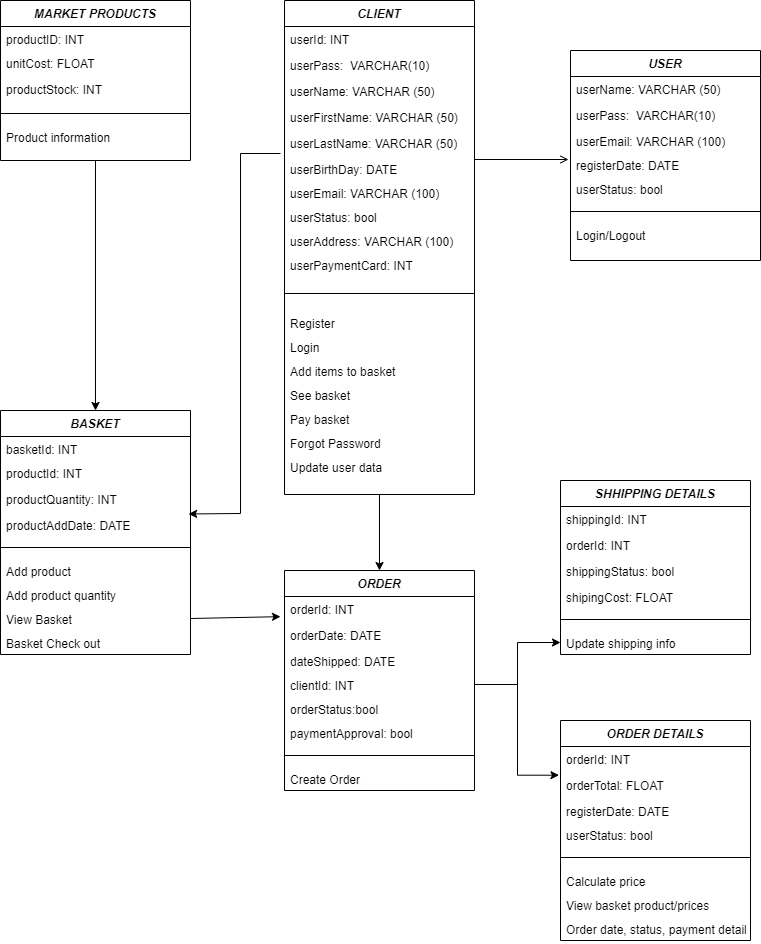
Above: Graphics/ClassDiagram.png in lcaro425/Python_Supermark (draw.io), before the change. Source tidied: cells renumbered, new cells last; positions are measured from the earlier drawing's top-left corner, leaving out a move shared by most shapes. Its diagram source:
```xml
<mxGraphModel>
  <root>
    <mxCell id="0" />
    <mxCell id="1" parent="0" />
    <mxCell id="2" style="edgeStyle=orthogonalEdgeStyle;rounded=0;jettySize=auto;html=1;entryX=0.5;entryY=0;entryDx=0;entryDy=0;" parent="1" edge="1" source="3" target="42">
      <mxGeometry relative="1" as="geometry" />
    </mxCell>
    <mxCell id="3" value="CLIENT" style="swimlane;fontStyle=3;align=center;verticalAlign=top;horizontal=1;startSize=26;rounded=0;shadow=0;strokeWidth=1;" parent="1" vertex="1">
      <mxGeometry x="284" width="190" height="494" as="geometry" />
    </mxCell>
    <mxCell id="4" value="userId: INT" style="text;align=left;verticalAlign=top;spacingLeft=4;spacingRight=4;overflow=hidden;" parent="3" vertex="1">
      <mxGeometry y="26" width="190" height="26" as="geometry" />
    </mxCell>
    <mxCell id="5" value="userPass:  VARCHAR(10)" style="text;align=left;verticalAlign=top;spacingLeft=4;spacingRight=4;overflow=hidden;rounded=0;shadow=0;html=0;" parent="3" vertex="1">
      <mxGeometry y="52" width="190" height="26" as="geometry" />
    </mxCell>
    <mxCell id="6" value="userName: VARCHAR (50)" style="text;align=left;verticalAlign=top;spacingLeft=4;spacingRight=4;overflow=hidden;rounded=0;shadow=0;html=0;" parent="3" vertex="1">
      <mxGeometry y="78" width="190" height="26" as="geometry" />
    </mxCell>
    <mxCell id="7" value="userFirstName: VARCHAR (50)" style="text;align=left;verticalAlign=top;spacingLeft=4;spacingRight=4;overflow=hidden;rounded=0;shadow=0;html=0;" parent="3" vertex="1">
      <mxGeometry y="104" width="190" height="26" as="geometry" />
    </mxCell>
    <mxCell id="8" value="userLastName: VARCHAR (50)" style="text;align=left;verticalAlign=top;spacingLeft=4;spacingRight=4;overflow=hidden;rounded=0;shadow=0;html=0;" parent="3" vertex="1">
      <mxGeometry y="130" width="190" height="26" as="geometry" />
    </mxCell>
    <mxCell id="9" value="userBirthDay: DATE" style="text;align=left;verticalAlign=top;spacingLeft=4;spacingRight=4;overflow=hidden;rounded=0;shadow=0;html=0;" parent="3" vertex="1">
      <mxGeometry y="156" width="190" height="24" as="geometry" />
    </mxCell>
    <mxCell id="10" value="userEmail: VARCHAR (100)" style="text;align=left;verticalAlign=top;spacingLeft=4;spacingRight=4;overflow=hidden;rounded=0;shadow=0;html=0;" parent="3" vertex="1">
      <mxGeometry y="180" width="190" height="24" as="geometry" />
    </mxCell>
    <mxCell id="11" value="userStatus: bool" style="text;align=left;verticalAlign=top;spacingLeft=4;spacingRight=4;overflow=hidden;rounded=0;shadow=0;html=0;" parent="3" vertex="1">
      <mxGeometry y="204" width="190" height="24" as="geometry" />
    </mxCell>
    <mxCell id="12" value="userAddress: VARCHAR (100)" style="text;align=left;verticalAlign=top;spacingLeft=4;spacingRight=4;overflow=hidden;rounded=0;shadow=0;html=0;" parent="3" vertex="1">
      <mxGeometry y="228" width="190" height="24" as="geometry" />
    </mxCell>
    <mxCell id="13" value="userPaymentCard: INT" style="text;align=left;verticalAlign=top;spacingLeft=4;spacingRight=4;overflow=hidden;rounded=0;shadow=0;html=0;" parent="3" vertex="1">
      <mxGeometry y="252" width="190" height="24" as="geometry" />
    </mxCell>
    <mxCell id="14" style="line;html=1;strokeWidth=1;align=left;verticalAlign=middle;spacingTop=-1;spacingLeft=3;spacingRight=3;labelPosition=right;" parent="3" vertex="1">
      <mxGeometry y="276" width="190" height="34" as="geometry" />
    </mxCell>
    <mxCell id="15" value="Register" style="text;align=left;verticalAlign=top;spacingLeft=4;spacingRight=4;overflow=hidden;rounded=0;shadow=0;html=0;" parent="3" vertex="1">
      <mxGeometry y="310" width="190" height="24" as="geometry" />
    </mxCell>
    <mxCell id="16" value="Login" style="text;align=left;verticalAlign=top;spacingLeft=4;spacingRight=4;overflow=hidden;rounded=0;shadow=0;html=0;" parent="3" vertex="1">
      <mxGeometry y="334" width="190" height="24" as="geometry" />
    </mxCell>
    <mxCell id="17" value="Add items to basket" style="text;align=left;verticalAlign=top;spacingLeft=4;spacingRight=4;overflow=hidden;rounded=0;shadow=0;html=0;" parent="3" vertex="1">
      <mxGeometry y="358" width="190" height="24" as="geometry" />
    </mxCell>
    <mxCell id="18" value="See basket" style="text;align=left;verticalAlign=top;spacingLeft=4;spacingRight=4;overflow=hidden;rounded=0;shadow=0;html=0;" parent="3" vertex="1">
      <mxGeometry y="382" width="190" height="24" as="geometry" />
    </mxCell>
    <mxCell id="19" value="Pay basket" style="text;align=left;verticalAlign=top;spacingLeft=4;spacingRight=4;overflow=hidden;rounded=0;shadow=0;html=0;" parent="3" vertex="1">
      <mxGeometry y="406" width="190" height="24" as="geometry" />
    </mxCell>
    <mxCell id="20" value="Forgot Password" style="text;align=left;verticalAlign=top;spacingLeft=4;spacingRight=4;overflow=hidden;rounded=0;shadow=0;html=0;" parent="3" vertex="1">
      <mxGeometry y="430" width="190" height="24" as="geometry" />
    </mxCell>
    <mxCell id="21" value="Update user data" style="text;align=left;verticalAlign=top;spacingLeft=4;spacingRight=4;overflow=hidden;rounded=0;shadow=0;html=0;" parent="3" vertex="1">
      <mxGeometry y="454" width="190" height="24" as="geometry" />
    </mxCell>
    <mxCell id="22" style="endArrow=open;shadow=0;strokeWidth=1;rounded=0;endFill=1;edgeStyle=elbowEdgeStyle;elbow=vertical;" parent="1" edge="1" source="3">
      <mxGeometry x="0.5" y="41" relative="1" as="geometry">
        <mxPoint x="568" y="159.4" as="targetPoint" />
        <mxPoint x="-40" y="32" as="offset" />
      </mxGeometry>
    </mxCell>
    <mxCell id="23" value="USER" style="swimlane;fontStyle=3;align=center;verticalAlign=top;horizontal=1;startSize=26;rounded=0;shadow=0;strokeWidth=1;" parent="1" vertex="1">
      <mxGeometry x="570" y="50" width="190" height="210" as="geometry" />
    </mxCell>
    <mxCell id="24" value="userName: VARCHAR (50)" style="text;align=left;verticalAlign=top;spacingLeft=4;spacingRight=4;overflow=hidden;rounded=0;shadow=0;html=0;" parent="23" vertex="1">
      <mxGeometry y="26" width="190" height="26" as="geometry" />
    </mxCell>
    <mxCell id="25" value="userPass:  VARCHAR(10)" style="text;align=left;verticalAlign=top;spacingLeft=4;spacingRight=4;overflow=hidden;rounded=0;shadow=0;html=0;" parent="23" vertex="1">
      <mxGeometry y="52" width="190" height="26" as="geometry" />
    </mxCell>
    <mxCell id="26" value="userEmail: VARCHAR (100)" style="text;align=left;verticalAlign=top;spacingLeft=4;spacingRight=4;overflow=hidden;rounded=0;shadow=0;html=0;" parent="23" vertex="1">
      <mxGeometry y="78" width="190" height="24" as="geometry" />
    </mxCell>
    <mxCell id="27" value="registerDate: DATE" style="text;align=left;verticalAlign=top;spacingLeft=4;spacingRight=4;overflow=hidden;rounded=0;shadow=0;html=0;" parent="23" vertex="1">
      <mxGeometry y="102" width="190" height="24" as="geometry" />
    </mxCell>
    <mxCell id="28" value="userStatus: bool" style="text;align=left;verticalAlign=top;spacingLeft=4;spacingRight=4;overflow=hidden;rounded=0;shadow=0;html=0;" parent="23" vertex="1">
      <mxGeometry y="126" width="190" height="24" as="geometry" />
    </mxCell>
    <mxCell id="29" style="line;html=1;strokeWidth=1;align=left;verticalAlign=middle;spacingTop=-1;spacingLeft=3;spacingRight=3;labelPosition=right;" parent="23" vertex="1">
      <mxGeometry y="150" width="190" height="22" as="geometry" />
    </mxCell>
    <mxCell id="30" value="Login/Logout" style="text;align=left;verticalAlign=top;spacingLeft=4;spacingRight=4;overflow=hidden;rounded=0;shadow=0;html=0;" parent="23" vertex="1">
      <mxGeometry y="172" width="190" height="24" as="geometry" />
    </mxCell>
    <mxCell id="31" value="BASKET" style="swimlane;fontStyle=3;align=center;verticalAlign=top;horizontal=1;startSize=26;rounded=0;shadow=0;strokeWidth=1;" parent="1" vertex="1">
      <mxGeometry y="410" width="190" height="244" as="geometry" />
    </mxCell>
    <mxCell id="32" value="basketId: INT" style="text;align=left;verticalAlign=top;spacingLeft=4;spacingRight=4;overflow=hidden;rounded=0;shadow=0;html=0;" parent="31" vertex="1">
      <mxGeometry y="26" width="190" height="24" as="geometry" />
    </mxCell>
    <mxCell id="33" value="productId: INT" style="text;align=left;verticalAlign=top;spacingLeft=4;spacingRight=4;overflow=hidden;rounded=0;shadow=0;html=0;" parent="31" vertex="1">
      <mxGeometry y="50" width="190" height="26" as="geometry" />
    </mxCell>
    <mxCell id="34" value="productQuantity: INT" style="text;align=left;verticalAlign=top;spacingLeft=4;spacingRight=4;overflow=hidden;rounded=0;shadow=0;html=0;" parent="31" vertex="1">
      <mxGeometry y="76" width="190" height="26" as="geometry" />
    </mxCell>
    <mxCell id="35" value="productAddDate: DATE" style="text;align=left;verticalAlign=top;spacingLeft=4;spacingRight=4;overflow=hidden;points=[[0,0.5],[1,0.5]];portConstraint=eastwest;rounded=0;shadow=0;html=0;" parent="31" vertex="1">
      <mxGeometry y="102" width="190" height="24" as="geometry" />
    </mxCell>
    <mxCell id="36" style="line;html=1;strokeWidth=1;align=left;verticalAlign=middle;spacingTop=-1;spacingLeft=3;spacingRight=3;labelPosition=right;" parent="31" vertex="1">
      <mxGeometry y="126" width="190" height="22" as="geometry" />
    </mxCell>
    <mxCell id="37" value="Add product" style="text;align=left;verticalAlign=top;spacingLeft=4;spacingRight=4;overflow=hidden;rounded=0;shadow=0;html=0;" parent="31" vertex="1">
      <mxGeometry y="148" width="190" height="24" as="geometry" />
    </mxCell>
    <mxCell id="38" value="Add product quantity" style="text;align=left;verticalAlign=top;spacingLeft=4;spacingRight=4;overflow=hidden;rounded=0;shadow=0;html=0;" parent="31" vertex="1">
      <mxGeometry y="172" width="190" height="24" as="geometry" />
    </mxCell>
    <mxCell id="39" value="View Basket" style="text;align=left;verticalAlign=top;spacingLeft=4;spacingRight=4;overflow=hidden;points=[[0,0.5],[1,0.5]];portConstraint=eastwest;rounded=0;shadow=0;html=0;" parent="31" vertex="1">
      <mxGeometry y="196" width="190" height="24" as="geometry" />
    </mxCell>
    <mxCell id="40" value="Basket Check out" style="text;align=left;verticalAlign=top;spacingLeft=4;spacingRight=4;overflow=hidden;rounded=0;shadow=0;html=0;" parent="31" vertex="1">
      <mxGeometry y="220" width="190" height="24" as="geometry" />
    </mxCell>
    <mxCell id="41" style="endArrow=classic;html=1;rounded=0;entryX=0.99;entryY=0.061;entryDx=0;entryDy=0;entryPerimeter=0;" parent="1" edge="1" target="35">
      <mxGeometry relative="1" as="geometry">
        <mxPoint x="280" y="153" as="sourcePoint" />
        <Array as="points">
          <mxPoint x="240" y="153" />
          <mxPoint x="240" y="513" />
        </Array>
      </mxGeometry>
    </mxCell>
    <mxCell id="42" value="ORDER" style="swimlane;fontStyle=3;align=center;verticalAlign=top;horizontal=1;startSize=26;rounded=0;shadow=0;strokeWidth=1;" parent="1" vertex="1">
      <mxGeometry x="284" y="570" width="190" height="220" as="geometry" />
    </mxCell>
    <mxCell id="43" value="orderId: INT" style="text;align=left;verticalAlign=top;spacingLeft=4;spacingRight=4;overflow=hidden;rounded=0;shadow=0;html=0;" parent="42" vertex="1">
      <mxGeometry y="26" width="190" height="26" as="geometry" />
    </mxCell>
    <mxCell id="44" value="orderDate: DATE" style="text;align=left;verticalAlign=top;spacingLeft=4;spacingRight=4;overflow=hidden;points=[[0,0.5],[1,0.5]];portConstraint=eastwest;rounded=0;shadow=0;html=0;" parent="42" vertex="1">
      <mxGeometry y="52" width="190" height="26" as="geometry" />
    </mxCell>
    <mxCell id="45" value="dateShipped: DATE" style="text;align=left;verticalAlign=top;spacingLeft=4;spacingRight=4;overflow=hidden;rounded=0;shadow=0;html=0;" parent="42" vertex="1">
      <mxGeometry y="78" width="190" height="24" as="geometry" />
    </mxCell>
    <mxCell id="46" value="clientId: INT" style="text;align=left;verticalAlign=top;spacingLeft=4;spacingRight=4;overflow=hidden;points=[[0,0.5],[1,0.5]];portConstraint=eastwest;rounded=0;shadow=0;html=0;" parent="42" vertex="1">
      <mxGeometry y="102" width="190" height="24" as="geometry" />
    </mxCell>
    <mxCell id="47" value="orderStatus:bool" style="text;align=left;verticalAlign=top;spacingLeft=4;spacingRight=4;overflow=hidden;rounded=0;shadow=0;html=0;" parent="42" vertex="1">
      <mxGeometry y="126" width="190" height="24" as="geometry" />
    </mxCell>
    <mxCell id="48" value="paymentApproval: bool" style="text;align=left;verticalAlign=top;spacingLeft=4;spacingRight=4;overflow=hidden;rounded=0;shadow=0;html=0;" parent="42" vertex="1">
      <mxGeometry y="150" width="190" height="24" as="geometry" />
    </mxCell>
    <mxCell id="49" style="line;html=1;strokeWidth=1;align=left;verticalAlign=middle;spacingTop=-1;spacingLeft=3;spacingRight=3;labelPosition=right;" parent="42" vertex="1">
      <mxGeometry y="174" width="190" height="22" as="geometry" />
    </mxCell>
    <mxCell id="50" value="Create Order" style="text;align=left;verticalAlign=top;spacingLeft=4;spacingRight=4;overflow=hidden;rounded=0;shadow=0;html=0;" parent="42" vertex="1">
      <mxGeometry y="196" width="190" height="24" as="geometry" />
    </mxCell>
    <mxCell id="51" value="SHHIPPING DETAILS" style="swimlane;fontStyle=3;align=center;verticalAlign=top;horizontal=1;startSize=26;rounded=0;shadow=0;strokeWidth=1;" parent="1" vertex="1">
      <mxGeometry x="560" y="480" width="190" height="174" as="geometry" />
    </mxCell>
    <mxCell id="52" value="shippingId: INT" style="text;align=left;verticalAlign=top;spacingLeft=4;spacingRight=4;overflow=hidden;rounded=0;shadow=0;html=0;" parent="51" vertex="1">
      <mxGeometry y="26" width="190" height="26" as="geometry" />
    </mxCell>
    <mxCell id="53" value="orderId: INT" style="text;align=left;verticalAlign=top;spacingLeft=4;spacingRight=4;overflow=hidden;rounded=0;shadow=0;html=0;" parent="51" vertex="1">
      <mxGeometry y="52" width="190" height="26" as="geometry" />
    </mxCell>
    <mxCell id="54" value="shippingStatus: bool" style="text;align=left;verticalAlign=top;spacingLeft=4;spacingRight=4;overflow=hidden;rounded=0;shadow=0;html=0;" parent="51" vertex="1">
      <mxGeometry y="78" width="190" height="26" as="geometry" />
    </mxCell>
    <mxCell id="55" value="shipingCost: FLOAT" style="text;align=left;verticalAlign=top;spacingLeft=4;spacingRight=4;overflow=hidden;rounded=0;shadow=0;html=0;" parent="51" vertex="1">
      <mxGeometry y="104" width="190" height="24" as="geometry" />
    </mxCell>
    <mxCell id="56" style="line;html=1;strokeWidth=1;align=left;verticalAlign=middle;spacingTop=-1;spacingLeft=3;spacingRight=3;labelPosition=right;" parent="51" vertex="1">
      <mxGeometry y="128" width="190" height="22" as="geometry" />
    </mxCell>
    <mxCell id="57" value="Update shipping info" style="text;align=left;verticalAlign=top;spacingLeft=4;spacingRight=4;overflow=hidden;points=[[0,0.5],[1,0.5]];portConstraint=eastwest;rounded=0;shadow=0;html=0;" parent="51" vertex="1">
      <mxGeometry y="150" width="190" height="24" as="geometry" />
    </mxCell>
    <mxCell id="58" value="ORDER DETAILS" style="swimlane;fontStyle=3;align=center;verticalAlign=top;horizontal=1;startSize=26;rounded=0;shadow=0;strokeWidth=1;" parent="1" vertex="1">
      <mxGeometry x="560" y="720" width="190" height="220" as="geometry" />
    </mxCell>
    <mxCell id="59" value="orderId: INT" style="text;align=left;verticalAlign=top;spacingLeft=4;spacingRight=4;overflow=hidden;points=[[0,0.5],[1,0.5]];portConstraint=eastwest;rounded=0;shadow=0;html=0;" parent="58" vertex="1">
      <mxGeometry y="26" width="190" height="26" as="geometry" />
    </mxCell>
    <mxCell id="60" value="orderTotal: FLOAT" style="text;align=left;verticalAlign=top;spacingLeft=4;spacingRight=4;overflow=hidden;rounded=0;shadow=0;html=0;" parent="58" vertex="1">
      <mxGeometry y="52" width="190" height="26" as="geometry" />
    </mxCell>
    <mxCell id="61" value="registerDate: DATE" style="text;align=left;verticalAlign=top;spacingLeft=4;spacingRight=4;overflow=hidden;rounded=0;shadow=0;html=0;" parent="58" vertex="1">
      <mxGeometry y="78" width="190" height="24" as="geometry" />
    </mxCell>
    <mxCell id="62" value="userStatus: bool" style="text;align=left;verticalAlign=top;spacingLeft=4;spacingRight=4;overflow=hidden;rounded=0;shadow=0;html=0;" parent="58" vertex="1">
      <mxGeometry y="102" width="190" height="24" as="geometry" />
    </mxCell>
    <mxCell id="63" style="line;html=1;strokeWidth=1;align=left;verticalAlign=middle;spacingTop=-1;spacingLeft=3;spacingRight=3;labelPosition=right;" parent="58" vertex="1">
      <mxGeometry y="126" width="190" height="22" as="geometry" />
    </mxCell>
    <mxCell id="64" value="Calculate price" style="text;align=left;verticalAlign=top;spacingLeft=4;spacingRight=4;overflow=hidden;rounded=0;shadow=0;html=0;" parent="58" vertex="1">
      <mxGeometry y="148" width="190" height="24" as="geometry" />
    </mxCell>
    <mxCell id="65" value="View basket product/prices" style="text;align=left;verticalAlign=top;spacingLeft=4;spacingRight=4;overflow=hidden;rounded=0;shadow=0;html=0;" parent="58" vertex="1">
      <mxGeometry y="172" width="190" height="24" as="geometry" />
    </mxCell>
    <mxCell id="66" value="Order date, status, payment details" style="text;align=left;verticalAlign=top;spacingLeft=4;spacingRight=4;overflow=hidden;rounded=0;shadow=0;html=0;" parent="58" vertex="1">
      <mxGeometry y="196" width="190" height="24" as="geometry" />
    </mxCell>
    <mxCell id="67" style="edgeStyle=orthogonalEdgeStyle;rounded=0;jettySize=auto;html=1;" parent="1" edge="1" source="46" target="57">
      <mxGeometry relative="1" as="geometry" />
    </mxCell>
    <mxCell id="68" style="edgeStyle=orthogonalEdgeStyle;rounded=0;jettySize=auto;html=1;entryX=-0.008;entryY=1.104;entryDx=0;entryDy=0;entryPerimeter=0;" parent="1" edge="1" source="46" target="59">
      <mxGeometry relative="1" as="geometry" />
    </mxCell>
    <mxCell id="69" value="MARKET PRODUCTS" style="swimlane;fontStyle=3;align=center;verticalAlign=top;horizontal=1;startSize=26;rounded=0;shadow=0;strokeWidth=1;" parent="1" vertex="1">
      <mxGeometry width="190" height="160" as="geometry" />
    </mxCell>
    <mxCell id="70" value="productID: INT" style="text;align=left;verticalAlign=top;spacingLeft=4;spacingRight=4;overflow=hidden;rounded=0;shadow=0;html=0;" parent="69" vertex="1">
      <mxGeometry y="26" width="190" height="24" as="geometry" />
    </mxCell>
    <mxCell id="71" value="unitCost: FLOAT" style="text;align=left;verticalAlign=top;spacingLeft=4;spacingRight=4;overflow=hidden;rounded=0;shadow=0;html=0;" parent="69" vertex="1">
      <mxGeometry y="50" width="190" height="26" as="geometry" />
    </mxCell>
    <mxCell id="72" value="productStock: INT" style="text;align=left;verticalAlign=top;spacingLeft=4;spacingRight=4;overflow=hidden;rounded=0;shadow=0;html=0;" parent="69" vertex="1">
      <mxGeometry y="76" width="190" height="26" as="geometry" />
    </mxCell>
    <mxCell id="73" style="line;html=1;strokeWidth=1;align=left;verticalAlign=middle;spacingTop=-1;spacingLeft=3;spacingRight=3;labelPosition=right;" parent="69" vertex="1">
      <mxGeometry y="102" width="190" height="22" as="geometry" />
    </mxCell>
    <mxCell id="74" value="Product information" style="text;align=left;verticalAlign=top;spacingLeft=4;spacingRight=4;overflow=hidden;rounded=0;shadow=0;html=0;" parent="69" vertex="1">
      <mxGeometry y="124" width="190" height="24" as="geometry" />
    </mxCell>
    <mxCell id="75" style="endArrow=classic;html=1;rounded=0;entryX=0.5;entryY=0;entryDx=0;entryDy=0;" parent="1" edge="1" target="31">
      <mxGeometry relative="1" as="geometry">
        <mxPoint x="95" y="160" as="sourcePoint" />
      </mxGeometry>
    </mxCell>
    <mxCell id="76" style="endArrow=classic;html=1;rounded=0;exitX=1;exitY=0.5;exitDx=0;exitDy=0;entryX=-0.021;entryY=-0.225;entryDx=0;entryDy=0;entryPerimeter=0;" parent="1" edge="1" source="39" target="44">
      <mxGeometry relative="1" as="geometry" />
    </mxCell>
  </root>
</mxGraphModel>
```
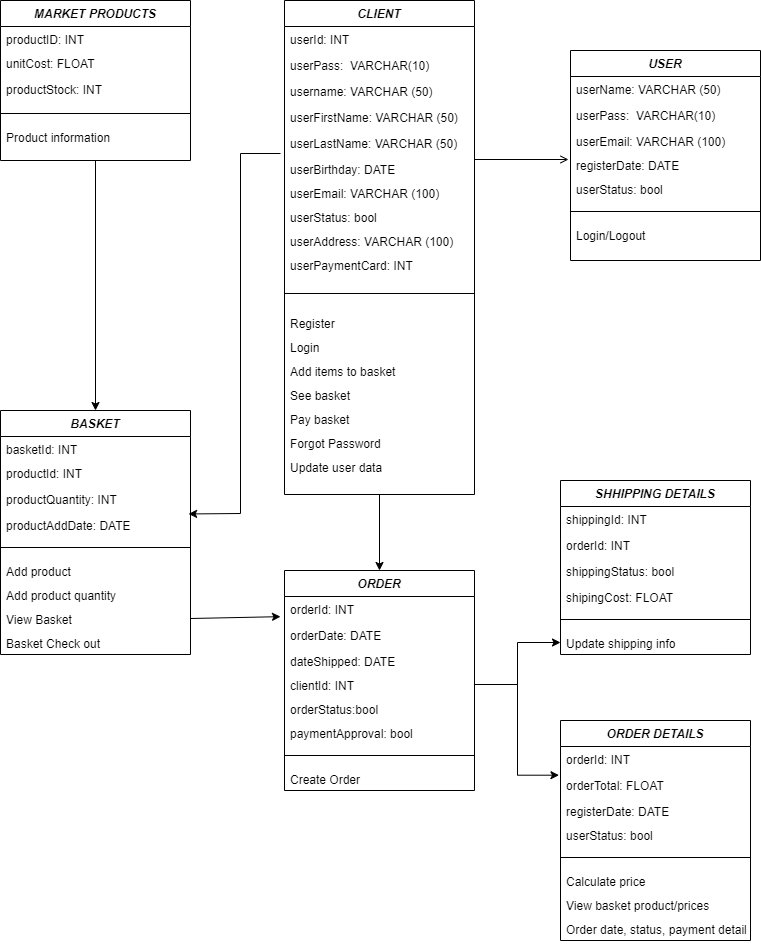
The same file after the commit.

Diff of the diagram source:
```diff
@@ -14,7 +14,7 @@
     <mxCell id="5" value="userPass:  VARCHAR(10)" style="text;align=left;verticalAlign=top;spacingLeft=4;spacingRight=4;overflow=hidden;rounded=0;shadow=0;html=0;" parent="3" vertex="1">
       <mxGeometry y="52" width="190" height="26" as="geometry" />
     </mxCell>
-    <mxCell id="6" value="userName: VARCHAR (50)" style="text;align=left;verticalAlign=top;spacingLeft=4;spacingRight=4;overflow=hidden;rounded=0;shadow=0;html=0;" parent="3" vertex="1">
+    <mxCell id="6" value="username: VARCHAR (50)" style="text;align=left;verticalAlign=top;spacingLeft=4;spacingRight=4;overflow=hidden;rounded=0;shadow=0;html=0;" parent="3" vertex="1">
       <mxGeometry y="78" width="190" height="26" as="geometry" />
     </mxCell>
     <mxCell id="7" value="userFirstName: VARCHAR (50)" style="text;align=left;verticalAlign=top;spacingLeft=4;spacingRight=4;overflow=hidden;rounded=0;shadow=0;html=0;" parent="3" vertex="1">
@@ -23,7 +23,7 @@
     <mxCell id="8" value="userLastName: VARCHAR (50)" style="text;align=left;verticalAlign=top;spacingLeft=4;spacingRight=4;overflow=hidden;rounded=0;shadow=0;html=0;" parent="3" vertex="1">
       <mxGeometry y="130" width="190" height="26" as="geometry" />
     </mxCell>
-    <mxCell id="9" value="userBirthDay: DATE" style="text;align=left;verticalAlign=top;spacingLeft=4;spacingRight=4;overflow=hidden;rounded=0;shadow=0;html=0;" parent="3" vertex="1">
+    <mxCell id="9" value="userBirthday: DATE" style="text;align=left;verticalAlign=top;spacingLeft=4;spacingRight=4;overflow=hidden;rounded=0;shadow=0;html=0;" parent="3" vertex="1">
       <mxGeometry y="156" width="190" height="24" as="geometry" />
     </mxCell>
     <mxCell id="10" value="userEmail: VARCHAR (100)" style="text;align=left;verticalAlign=top;spacingLeft=4;spacingRight=4;overflow=hidden;rounded=0;shadow=0;html=0;" parent="3" vertex="1">
```
